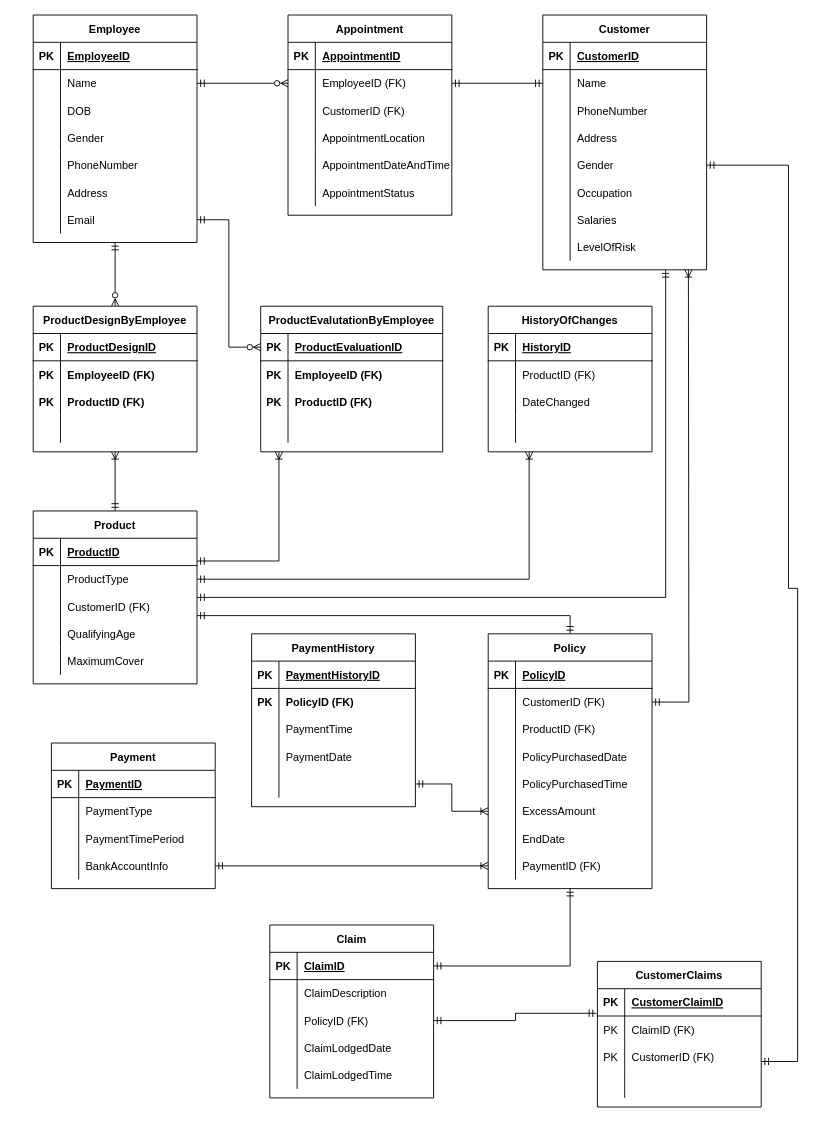
Before: Assignment1.drawio in MaxCouling/infomgmt192, a draw.io diagram. Source tidied: cells renumbered, new cells numbered last; positions are measured from the earlier drawing's top-left corner, leaving out a move shared by most shapes. Both pictures are drawn from the tidied source at 91%, with x=0, y=0 at pixel (33, 15).
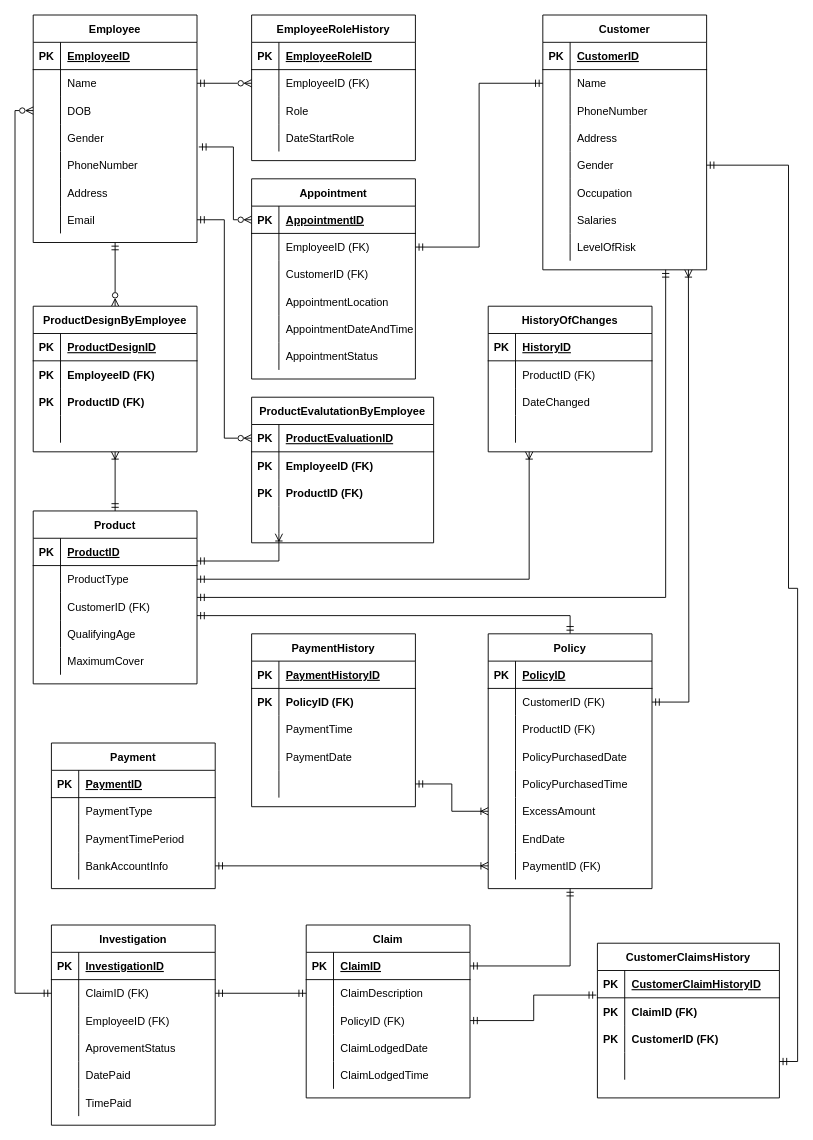
Above is the later version.

Unchanged cells that the change refers to:
```xml
<mxCell id="7" style="shape=tableRow;horizontal=0;startSize=0;swimlaneHead=0;swimlaneBody=0;fillColor=none;points=[[0,0.5],[1,0.5]];portConstraint=eastwest;top=0;left=0;right=0;bottom=0;" parent="3" vertex="1">
  <mxGeometry y="60" width="180" height="30" as="geometry" />
</mxCell>
<mxCell id="10" style="shape=tableRow;horizontal=0;startSize=0;swimlaneHead=0;swimlaneBody=0;fillColor=none;points=[[0,0.5],[1,0.5]];portConstraint=eastwest;top=0;left=0;right=0;bottom=0;" parent="3" vertex="1">
  <mxGeometry y="90" width="180" height="30" as="geometry" />
</mxCell>
<mxCell id="16" style="shape=tableRow;horizontal=0;startSize=0;swimlaneHead=0;swimlaneBody=0;fillColor=none;points=[[0,0.5],[1,0.5]];portConstraint=eastwest;top=0;left=0;right=0;bottom=0;" parent="3" vertex="1">
  <mxGeometry y="150" width="180" height="30" as="geometry" />
</mxCell>
<mxCell id="26" style="shape=tableRow;horizontal=0;startSize=0;swimlaneHead=0;swimlaneBody=0;fillColor=none;points=[[0,0.5],[1,0.5]];portConstraint=eastwest;top=0;left=0;right=0;bottom=1;" parent="25" vertex="1">
  <mxGeometry y="30" width="180" height="30" as="geometry" />
</mxCell>
<mxCell id="29" style="shape=tableRow;horizontal=0;startSize=0;swimlaneHead=0;swimlaneBody=0;fillColor=none;points=[[0,0.5],[1,0.5]];portConstraint=eastwest;top=0;left=0;right=0;bottom=0;" parent="25" vertex="1">
  <mxGeometry y="60" width="180" height="30" as="geometry" />
</mxCell>
<mxCell id="74" style="shape=tableRow;horizontal=0;startSize=0;swimlaneHead=0;swimlaneBody=0;fillColor=none;points=[[0,0.5],[1,0.5]];portConstraint=eastwest;top=0;left=0;right=0;bottom=1;" parent="73" vertex="1">
  <mxGeometry y="30" width="180" height="30" as="geometry" />
</mxCell>
<mxCell id="194" style="shape=tableRow;horizontal=0;startSize=0;swimlaneHead=0;swimlaneBody=0;fillColor=none;points=[[0,0.5],[1,0.5]];portConstraint=eastwest;top=0;left=0;right=0;bottom=0;" parent="190" vertex="1">
  <mxGeometry y="60" width="180" height="30" as="geometry" />
</mxCell>
```

The edit, as a diff of the source:
```diff
@@
     <mxCell id="25" value="Appointment" style="shape=table;startSize=30;childLayout=tableLayout;rowLines=0;fontStyle=1;align=center;" parent="1" vertex="1">
-      <mxGeometry x="280" width="180" height="220" as="geometry" />
+      <mxGeometry x="240" y="180" width="180" height="220" as="geometry" />
     </mxCell>
@@
-    <mxCell id="69" style="edgeStyle=orthogonalEdgeStyle;rounded=0;jettySize=auto;html=1;entryX=0;entryY=0.5;entryDx=0;entryDy=0;startArrow=ERmandOne;startFill=0;endArrow=ERzeroToMany;endFill=0;" parent="1" edge="1" source="7" target="29">
-      <mxGeometry relative="1" as="geometry" />
-    </mxCell>
@@
     <mxCell id="102" value="ProductEvalutationByEmployee" style="shape=table;startSize=30;childLayout=tableLayout;rowLines=0;fontStyle=1;align=center;" parent="1" vertex="1">
-      <mxGeometry x="250" y="320" width="200" height="160" as="geometry" />
+      <mxGeometry x="240" y="420" width="200" height="160" as="geometry" />
     </mxCell>
@@
     <mxCell id="115" style="edgeStyle=orthogonalEdgeStyle;rounded=0;jettySize=auto;html=1;startArrow=ERmandOne;startFill=0;endArrow=ERoneToMany;endFill=0;" parent="1" edge="1" source="74">
       <mxGeometry relative="1" as="geometry">
-        <mxPoint x="270" y="480" as="targetPoint" />
+        <mxPoint x="270" y="570" as="targetPoint" />
         <Array as="points">
           <mxPoint x="270" y="600" />
         </Array>
       </mxGeometry>
     </mxCell>
@@
     <mxCell id="190" value="Claim" style="shape=table;startSize=30;childLayout=tableLayout;rowLines=0;fontStyle=1;align=center;" parent="1" vertex="1">
-      <mxGeometry x="260" y="1000" width="180" height="190" as="geometry" />
+      <mxGeometry x="300" y="1000" width="180" height="190" as="geometry" />
     </mxCell>
@@
-    <mxCell id="207" value="CustomerClaims" style="shape=table;startSize=30;childLayout=tableLayout;rowLines=0;fontStyle=1;align=center;" parent="1" vertex="1">
-      <mxGeometry x="620" y="1040" width="180" height="160" as="geometry" />
+    <mxCell id="207" value="CustomerClaimsHistory" style="shape=table;startSize=30;childLayout=tableLayout;rowLines=0;fontStyle=1;align=center;" parent="1" vertex="1">
+      <mxGeometry x="620" y="1020" width="200" height="170" as="geometry" />
     </mxCell>
     <mxCell id="208" style="shape=tableRow;horizontal=0;startSize=0;swimlaneHead=0;swimlaneBody=0;fillColor=none;points=[[0,0.5],[1,0.5]];portConstraint=eastwest;top=0;left=0;right=0;bottom=1;" parent="207" vertex="1">
-      <mxGeometry y="30" width="180" height="30" as="geometry" />
+      <mxGeometry y="30" width="200" height="30" as="geometry" />
     </mxCell>
@@
-    <mxCell id="210" value="CustomerClaimID" style="shape=partialRectangle;fillColor=none;top=0;left=0;bottom=0;right=0;align=left;spacingLeft=6;fontStyle=5;overflow=hidden;" parent="208" vertex="1">
-      <mxGeometry x="30" width="150" height="30" as="geometry" />
+    <mxCell id="210" value="CustomerClaimHistoryID" style="shape=partialRectangle;fillColor=none;top=0;left=0;bottom=0;right=0;align=left;spacingLeft=6;fontStyle=5;overflow=hidden;" parent="208" vertex="1">
+      <mxGeometry x="30" width="170" height="30" as="geometry" />
     </mxCell>
     <mxCell id="211" style="shape=tableRow;horizontal=0;startSize=0;swimlaneHead=0;swimlaneBody=0;fillColor=none;top=0;left=0;right=0;bottom=0;" parent="207" vertex="1">
-      <mxGeometry y="60" width="180" height="30" as="geometry" />
+      <mxGeometry y="60" width="200" height="30" as="geometry" />
     </mxCell>
-    <mxCell id="212" value="PK" style="shape=partialRectangle;fillColor=none;top=0;left=0;bottom=0;right=0;overflow=hidden;" parent="211" vertex="1">
+    <mxCell id="212" value="PK" style="shape=partialRectangle;fillColor=none;top=0;left=0;bottom=0;right=0;overflow=hidden;fontStyle=1;" parent="211" vertex="1">
       <mxGeometry width="30" height="30" as="geometry" />
     </mxCell>
-    <mxCell id="213" value="ClaimID (FK)" style="shape=partialRectangle;fillColor=none;top=0;left=0;bottom=0;right=0;align=left;spacingLeft=6;overflow=hidden;" parent="211" vertex="1">
-      <mxGeometry x="30" width="150" height="30" as="geometry" />
+    <mxCell id="213" value="ClaimID (FK)" style="shape=partialRectangle;fillColor=none;top=0;left=0;bottom=0;right=0;align=left;spacingLeft=6;overflow=hidden;fontStyle=1;" parent="211" vertex="1">
+      <mxGeometry x="30" width="170" height="30" as="geometry" />
     </mxCell>
     <mxCell id="214" style="shape=tableRow;horizontal=0;startSize=0;swimlaneHead=0;swimlaneBody=0;fillColor=none;top=0;left=0;right=0;bottom=0;" parent="207" vertex="1">
-      <mxGeometry y="90" width="180" height="30" as="geometry" />
+      <mxGeometry y="90" width="200" height="30" as="geometry" />
     </mxCell>
-    <mxCell id="215" value="PK" style="shape=partialRectangle;fillColor=none;top=0;left=0;bottom=0;right=0;overflow=hidden;" parent="214" vertex="1">
+    <mxCell id="215" value="PK" style="shape=partialRectangle;fillColor=none;top=0;left=0;bottom=0;right=0;overflow=hidden;fontStyle=1;" parent="214" vertex="1">
       <mxGeometry width="30" height="30" as="geometry" />
     </mxCell>
-    <mxCell id="216" value="CustomerID (FK)" style="shape=partialRectangle;fillColor=none;top=0;left=0;bottom=0;right=0;align=left;spacingLeft=6;overflow=hidden;" parent="214" vertex="1">
-      <mxGeometry x="30" width="150" height="30" as="geometry" />
+    <mxCell id="216" value="CustomerID (FK)" style="shape=partialRectangle;fillColor=none;top=0;left=0;bottom=0;right=0;align=left;spacingLeft=6;overflow=hidden;fontStyle=1;" parent="214" vertex="1">
+      <mxGeometry x="30" width="170" height="30" as="geometry" />
     </mxCell>
     <mxCell id="217" style="shape=tableRow;horizontal=0;startSize=0;swimlaneHead=0;swimlaneBody=0;fillColor=none;top=0;left=0;right=0;bottom=0;" parent="207" vertex="1">
-      <mxGeometry y="120" width="180" height="30" as="geometry" />
+      <mxGeometry y="120" width="200" height="30" as="geometry" />
     </mxCell>
@@
     <mxCell id="219" style="shape=partialRectangle;fillColor=none;top=0;left=0;bottom=0;right=0;align=left;spacingLeft=6;overflow=hidden;" parent="217" vertex="1">
-      <mxGeometry x="30" width="150" height="30" as="geometry" />
+      <mxGeometry x="30" width="170" height="30" as="geometry" />
     </mxCell>
@@
+    <mxCell id="221" value="Investigation" style="shape=table;startSize=30;childLayout=tableLayout;rowLines=0;fontStyle=1;align=center;" parent="1" vertex="1">
+      <mxGeometry x="20" y="1000" width="180" height="220" as="geometry" />
+    </mxCell>
+    <mxCell id="222" style="shape=tableRow;horizontal=0;startSize=0;swimlaneHead=0;swimlaneBody=0;fillColor=none;top=0;left=0;right=0;bottom=1;" parent="221" vertex="1">
+      <mxGeometry y="30" width="180" height="30" as="geometry" />
+    </mxCell>
+    <mxCell id="223" value="PK" style="shape=partialRectangle;fillColor=none;top=0;left=0;bottom=0;right=0;fontStyle=1;overflow=hidden;" parent="222" vertex="1">
+      <mxGeometry width="30" height="30" as="geometry" />
+    </mxCell>
+    <mxCell id="224" value="InvestigationID" style="shape=partialRectangle;fillColor=none;top=0;left=0;bottom=0;right=0;align=left;spacingLeft=6;fontStyle=5;overflow=hidden;" parent="222" vertex="1">
+      <mxGeometry x="30" width="150" height="30" as="geometry" />
+    </mxCell>
+    <mxCell id="225" style="shape=tableRow;horizontal=0;startSize=0;swimlaneHead=0;swimlaneBody=0;fillColor=none;points=[[0,0.5],[1,0.5]];portConstraint=eastwest;top=0;left=0;right=0;bottom=0;" parent="221" vertex="1">
+      <mxGeometry y="60" width="180" height="30" as="geometry" />
+    </mxCell>
+    <mxCell id="226" style="shape=partialRectangle;fillColor=none;top=0;left=0;bottom=0;right=0;overflow=hidden;" parent="225" vertex="1">
+      <mxGeometry width="30" height="30" as="geometry" />
+    </mxCell>
+    <mxCell id="227" value="ClaimID (FK)" style="shape=partialRectangle;fillColor=none;top=0;left=0;bottom=0;right=0;align=left;spacingLeft=6;overflow=hidden;" parent="225" vertex="1">
+      <mxGeometry x="30" width="150" height="30" as="geometry" />
+    </mxCell>
+    <mxCell id="228" style="shape=tableRow;horizontal=0;startSize=0;swimlaneHead=0;swimlaneBody=0;fillColor=none;top=0;left=0;right=0;bottom=0;" parent="221" vertex="1">
+      <mxGeometry y="90" width="180" height="30" as="geometry" />
+    </mxCell>
+    <mxCell id="229" style="shape=partialRectangle;fillColor=none;top=0;left=0;bottom=0;right=0;overflow=hidden;" parent="228" vertex="1">
+      <mxGeometry width="30" height="30" as="geometry" />
+    </mxCell>
+    <mxCell id="230" value="EmployeeID (FK)" style="shape=partialRectangle;fillColor=none;top=0;left=0;bottom=0;right=0;align=left;spacingLeft=6;overflow=hidden;" parent="228" vertex="1">
+      <mxGeometry x="30" width="150" height="30" as="geometry" />
+    </mxCell>
+    <mxCell id="231" style="shape=tableRow;horizontal=0;startSize=0;swimlaneHead=0;swimlaneBody=0;fillColor=none;top=0;left=0;right=0;bottom=0;" parent="221" vertex="1">
+      <mxGeometry y="120" width="180" height="30" as="geometry" />
+    </mxCell>
+    <mxCell id="232" style="shape=partialRectangle;fillColor=none;top=0;left=0;bottom=0;right=0;overflow=hidden;" parent="231" vertex="1">
+      <mxGeometry width="30" height="30" as="geometry" />
+    </mxCell>
+    <mxCell id="233" value="AprovementStatus" style="shape=partialRectangle;fillColor=none;top=0;left=0;bottom=0;right=0;align=left;spacingLeft=6;overflow=hidden;" parent="231" vertex="1">
+      <mxGeometry x="30" width="150" height="30" as="geometry" />
+    </mxCell>
+    <mxCell id="234" style="shape=tableRow;horizontal=0;startSize=0;swimlaneHead=0;swimlaneBody=0;fillColor=none;top=0;left=0;right=0;bottom=0;" parent="221" vertex="1">
+      <mxGeometry y="150" width="180" height="30" as="geometry" />
+    </mxCell>
+    <mxCell id="235" style="shape=partialRectangle;fillColor=none;top=0;left=0;bottom=0;right=0;overflow=hidden;" parent="234" vertex="1">
+      <mxGeometry width="30" height="30" as="geometry" />
+    </mxCell>
+    <mxCell id="236" value="DatePaid" style="shape=partialRectangle;fillColor=none;top=0;left=0;bottom=0;right=0;align=left;spacingLeft=6;overflow=hidden;" parent="234" vertex="1">
+      <mxGeometry x="30" width="150" height="30" as="geometry" />
+    </mxCell>
+    <mxCell id="237" style="shape=tableRow;horizontal=0;startSize=0;swimlaneHead=0;swimlaneBody=0;fillColor=none;top=0;left=0;right=0;bottom=0;" parent="221" vertex="1">
+      <mxGeometry y="180" width="180" height="30" as="geometry" />
+    </mxCell>
+    <mxCell id="238" style="shape=partialRectangle;fillColor=none;top=0;left=0;bottom=0;right=0;overflow=hidden;" parent="237" vertex="1">
+      <mxGeometry width="30" height="30" as="geometry" />
+    </mxCell>
+    <mxCell id="239" value="TimePaid" style="shape=partialRectangle;fillColor=none;top=0;left=0;bottom=0;right=0;align=left;spacingLeft=6;overflow=hidden;" parent="237" vertex="1">
+      <mxGeometry x="30" width="150" height="30" as="geometry" />
+    </mxCell>
+    <mxCell id="240" style="edgeStyle=orthogonalEdgeStyle;rounded=0;jettySize=auto;html=1;entryX=1;entryY=0.5;entryDx=0;entryDy=0;startArrow=ERmandOne;startFill=0;endArrow=ERmandOne;endFill=0;" parent="1" edge="1" source="194" target="225">
+      <mxGeometry relative="1" as="geometry" />
+    </mxCell>
+    <mxCell id="241" style="edgeStyle=orthogonalEdgeStyle;rounded=0;jettySize=auto;html=1;startArrow=ERmandOne;startFill=0;endArrow=ERzeroToMany;endFill=0;entryX=0;entryY=0.5;entryDx=0;entryDy=0;" parent="1" edge="1" source="225" target="10">
+      <mxGeometry relative="1" as="geometry" />
+    </mxCell>
+    <mxCell id="242" value="EmployeeRoleHistory" style="shape=table;startSize=30;childLayout=tableLayout;rowLines=0;fontStyle=1;align=center;" parent="1" vertex="1">
+      <mxGeometry x="240" width="180" height="160" as="geometry" />
+    </mxCell>
+    <mxCell id="243" style="shape=tableRow;horizontal=0;startSize=0;swimlaneHead=0;swimlaneBody=0;fillColor=none;top=0;left=0;right=0;bottom=1;" parent="242" vertex="1">
+      <mxGeometry y="30" width="180" height="30" as="geometry" />
+    </mxCell>
+    <mxCell id="244" value="PK" style="shape=partialRectangle;fillColor=none;top=0;left=0;bottom=0;right=0;fontStyle=1;overflow=hidden;" parent="243" vertex="1">
+      <mxGeometry width="30" height="30" as="geometry" />
+    </mxCell>
+    <mxCell id="245" value="EmployeeRoleID" style="shape=partialRectangle;fillColor=none;top=0;left=0;bottom=0;right=0;align=left;spacingLeft=6;fontStyle=5;overflow=hidden;" parent="243" vertex="1">
+      <mxGeometry x="30" width="150" height="30" as="geometry" />
+    </mxCell>
+    <mxCell id="246" style="shape=tableRow;horizontal=0;startSize=0;swimlaneHead=0;swimlaneBody=0;fillColor=none;points=[[0,0.5],[1,0.5]];portConstraint=eastwest;top=0;left=0;right=0;bottom=0;" parent="242" vertex="1">
+      <mxGeometry y="60" width="180" height="30" as="geometry" />
+    </mxCell>
+    <mxCell id="247" style="shape=partialRectangle;fillColor=none;top=0;left=0;bottom=0;right=0;overflow=hidden;" parent="246" vertex="1">
+      <mxGeometry width="30" height="30" as="geometry" />
+    </mxCell>
+    <mxCell id="248" value="EmployeeID (FK)" style="shape=partialRectangle;fillColor=none;top=0;left=0;bottom=0;right=0;align=left;spacingLeft=6;overflow=hidden;" parent="246" vertex="1">
+      <mxGeometry x="30" width="150" height="30" as="geometry" />
+    </mxCell>
+    <mxCell id="249" style="shape=tableRow;horizontal=0;startSize=0;swimlaneHead=0;swimlaneBody=0;fillColor=none;top=0;left=0;right=0;bottom=0;" parent="242" vertex="1">
+      <mxGeometry y="90" width="180" height="30" as="geometry" />
+    </mxCell>
+    <mxCell id="250" style="shape=partialRectangle;fillColor=none;top=0;left=0;bottom=0;right=0;overflow=hidden;" parent="249" vertex="1">
+      <mxGeometry width="30" height="30" as="geometry" />
+    </mxCell>
+    <mxCell id="251" value="Role" style="shape=partialRectangle;fillColor=none;top=0;left=0;bottom=0;right=0;align=left;spacingLeft=6;overflow=hidden;" parent="249" vertex="1">
+      <mxGeometry x="30" width="150" height="30" as="geometry" />
+    </mxCell>
+    <mxCell id="252" style="shape=tableRow;horizontal=0;startSize=0;swimlaneHead=0;swimlaneBody=0;fillColor=none;top=0;left=0;right=0;bottom=0;" parent="242" vertex="1">
+      <mxGeometry y="120" width="180" height="30" as="geometry" />
+    </mxCell>
+    <mxCell id="253" style="shape=partialRectangle;fillColor=none;top=0;left=0;bottom=0;right=0;overflow=hidden;" parent="252" vertex="1">
+      <mxGeometry width="30" height="30" as="geometry" />
+    </mxCell>
+    <mxCell id="254" value="DateStartRole" style="shape=partialRectangle;fillColor=none;top=0;left=0;bottom=0;right=0;align=left;spacingLeft=6;overflow=hidden;" parent="252" vertex="1">
+      <mxGeometry x="30" width="150" height="30" as="geometry" />
+    </mxCell>
+    <mxCell id="255" style="edgeStyle=orthogonalEdgeStyle;rounded=0;jettySize=auto;html=1;startArrow=ERzeroToMany;startFill=0;endArrow=ERmandOne;endFill=0;entryX=1.011;entryY=-0.167;entryDx=0;entryDy=0;entryPerimeter=0;" parent="1" edge="1" source="26" target="16">
+      <mxGeometry relative="1" as="geometry">
+        <Array as="points">
+          <mxPoint x="220" y="225" />
+          <mxPoint x="220" y="145" />
+        </Array>
+      </mxGeometry>
+    </mxCell>
+    <mxCell id="256" style="edgeStyle=orthogonalEdgeStyle;rounded=0;jettySize=auto;html=1;entryX=1;entryY=0.5;entryDx=0;entryDy=0;startArrow=ERzeroToMany;startFill=0;endArrow=ERmandOne;endFill=0;" parent="1" edge="1" source="246" target="7">
+      <mxGeometry relative="1" as="geometry" />
+    </mxCell>
```
